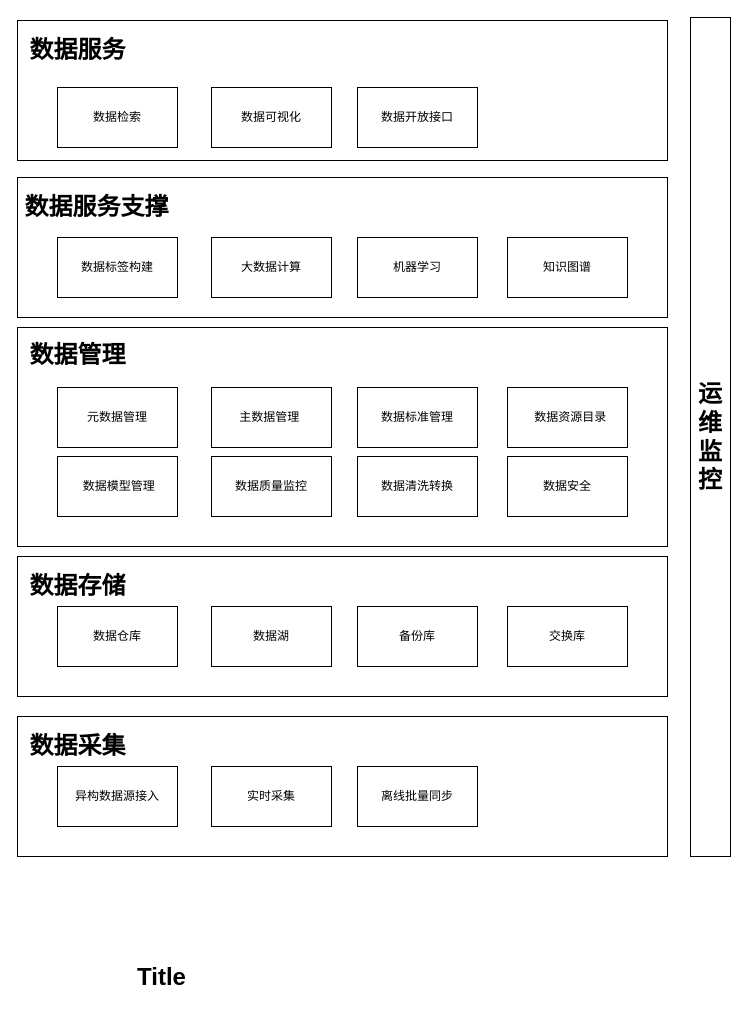
goylsf/image keeps this draw.io diagram as page "数据中台业务架构" (2 of 3) of 大数据管理数据处理过程图.drawio. Above is the earlier version. Source tidied: cells renumbered, new cells numbered last; positions are measured from the earlier drawing's top-left corner, leaving out a move shared by most shapes. Both pictures are drawn from the tidied source at 100%, with x=0, y=0 at pixel (17, 17).
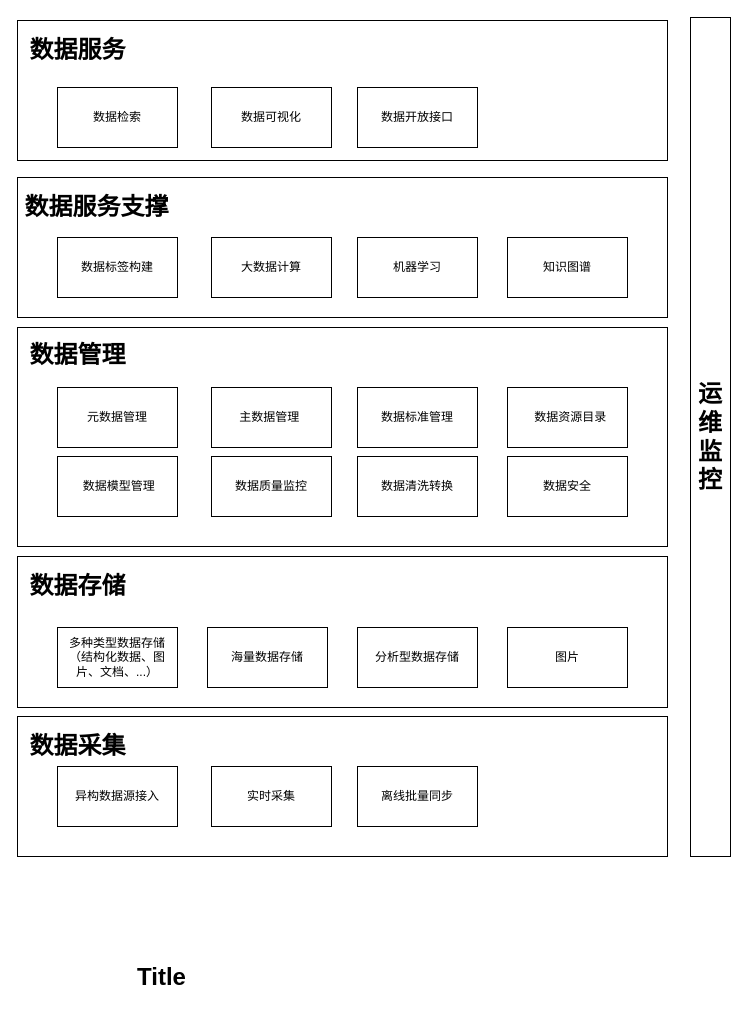
The same diagram, later.

Commit message (it also covers changes not shown here):
更新大数据管理数据处理过程图.drawio

Change to the diagram source:
```diff
@@
     <mxCell id="9" style="rounded=0;whiteSpace=wrap;html=1;" parent="1" vertex="1">
-      <mxGeometry y="539" width="650" height="140" as="geometry" />
+      <mxGeometry y="539" width="650" height="151" as="geometry" />
     </mxCell>
-    <mxCell id="10" value="数据仓库" style="rounded=0;whiteSpace=wrap;html=1;" parent="1" vertex="1">
-      <mxGeometry x="40" y="589" width="120" height="60" as="geometry" />
+    <mxCell id="10" value="多种类型数据存储（结构化数据、图片、文档、...）" style="rounded=0;whiteSpace=wrap;html=1;" parent="1" vertex="1">
+      <mxGeometry x="40" y="610" width="120" height="60" as="geometry" />
     </mxCell>
-    <mxCell id="11" value="数据湖" style="rounded=0;whiteSpace=wrap;html=1;" parent="1" vertex="1">
-      <mxGeometry x="194" y="589" width="120" height="60" as="geometry" />
-    </mxCell>
-    <mxCell id="12" value="备份库" style="rounded=0;whiteSpace=wrap;html=1;" parent="1" vertex="1">
-      <mxGeometry x="340" y="589" width="120" height="60" as="geometry" />
+    <mxCell id="12" value="分析型数据存储" style="rounded=0;whiteSpace=wrap;html=1;" parent="1" vertex="1">
+      <mxGeometry x="340" y="610" width="120" height="60" as="geometry" />
     </mxCell>
@@
-    <mxCell id="15" value="交换库" style="rounded=0;whiteSpace=wrap;html=1;" parent="1" vertex="1">
-      <mxGeometry x="490" y="589" width="120" height="60" as="geometry" />
+    <mxCell id="15" value="图片" style="rounded=0;whiteSpace=wrap;html=1;" parent="1" vertex="1">
+      <mxGeometry x="490" y="610" width="120" height="60" as="geometry" />
     </mxCell>
@@
+    <mxCell id="36" value="海量数据存储" style="rounded=0;whiteSpace=wrap;html=1;" parent="1" vertex="1">
+      <mxGeometry x="190" y="610" width="120" height="60" as="geometry" />
+    </mxCell>
```
